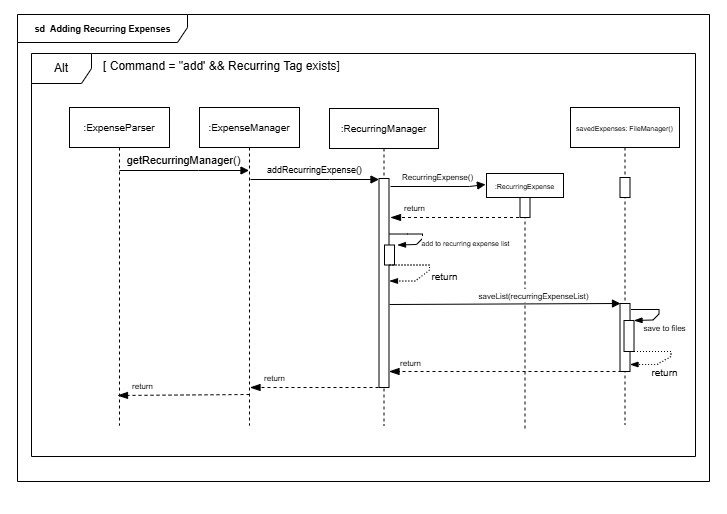
Above: docs/Images(DG)/AddExpenseRef1.drawio.png in parasytezz/tp (draw.io), before the change. Source tidied: cells renumbered, new cells last; positions are measured from the earlier drawing's top-left corner, leaving out a move shared by most shapes.
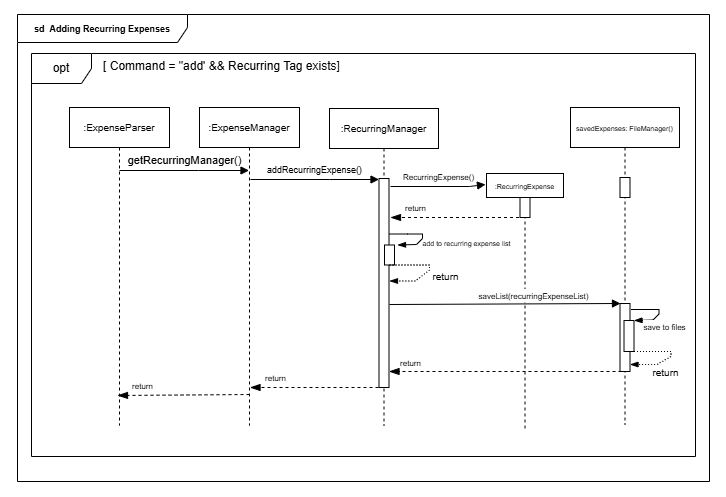
Above is the later version.

Commit message:
added list command sequence diagram for expense manager

Change to the diagram source:
```diff
@@ -3,7 +3,7 @@
     <mxCell id="0" />
     <mxCell id="1" parent="0" />
     <mxCell id="2" style="rounded=0;whiteSpace=wrap;html=1;opacity=0;labelBackgroundColor=none;" parent="1" vertex="1">
-      <mxGeometry width="725" height="513" as="geometry" />
+      <mxGeometry width="725" height="496" as="geometry" />
     </mxCell>
     <mxCell id="3" value="&lt;font style=&quot;font-size: 10px;&quot;&gt;:ExpenseParser&lt;/font&gt;" style="shape=umlLifeline;perimeter=lifelinePerimeter;whiteSpace=wrap;html=1;newEdgeStyle={&quot;curved&quot;:0,&quot;rounded&quot;:0};" parent="1" vertex="1">
       <mxGeometry x="69" y="107" width="100" height="318" as="geometry" />
@@ -20,7 +20,7 @@
     <mxCell id="7" value="&lt;font style=&quot;font-size: 9px;&quot;&gt;&lt;font style=&quot;font-size: 9px;&quot;&gt;&lt;b style=&quot;&quot;&gt;sd&amp;nbsp;&lt;/b&gt;&amp;nbsp;&lt;/font&gt;&lt;span style=&quot;font-weight: 700; text-wrap-mode: nowrap;&quot;&gt;Adding Recurring Expenses&lt;/span&gt;&lt;/font&gt;" style="shape=umlFrame;whiteSpace=wrap;html=1;width=170;height=28;" parent="1" vertex="1">
       <mxGeometry x="17" y="14" width="692" height="467" as="geometry" />
     </mxCell>
-    <mxCell id="8" value="Alt" style="shape=umlFrame;whiteSpace=wrap;html=1;" parent="1" vertex="1">
+    <mxCell id="8" value="opt" style="shape=umlFrame;whiteSpace=wrap;html=1;" parent="1" vertex="1">
       <mxGeometry x="31" y="53" width="664" height="403" as="geometry" />
     </mxCell>
     <mxCell id="9" value="[ Command = &quot;add' &amp;amp;&amp;amp; Recurring Tag exists]" style="text;html=1;align=center;verticalAlign=middle;strokeColor=none;fillColor=none;" parent="1" vertex="1">
```
